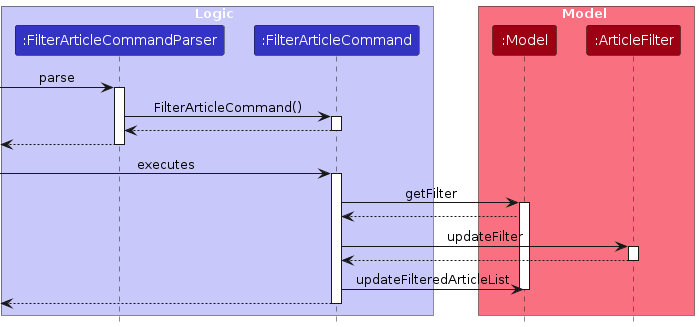
The PlantUML diagram diagrams/FilterSequenceDiagram.png in bennyLCK/tp, before a commit. Its source is kept beside it as diagrams/FilterSequenceDiagram.puml. The source it was exported from:
```plantuml
@startuml
!include style.puml
skinparam ArrowFontStyle plain

box Logic LOGIC_COLOR_T1
participant ":FilterArticleCommandParser" as FilterArticleCommandParser LOGIC_COLOR
participant ":FilterArticleCommand" as FilterArticleCommand LOGIC_COLOR
end box

box Model MODEL_COLOR_T1
participant ":Model" as Model MODEL_COLOR
participant ":ArticleFilter" as ArticleFilter MODEL_COLOR
end box

 [-> FilterArticleCommandParser : parse
 activate FilterArticleCommandParser

 FilterArticleCommandParser -> FilterArticleCommand : FilterArticleCommand()
 activate FilterArticleCommand

 FilterArticleCommand --> FilterArticleCommandParser
 deactivate FilterArticleCommand

 [<-- FilterArticleCommandParser
 deactivate FilterArticleCommandParser

 [-> FilterArticleCommand : executes
 activate FilterArticleCommand

 FilterArticleCommand -> Model : getFilter
 activate Model
 Model --> FilterArticleCommand
 FilterArticleCommand -> ArticleFilter: updateFilter
 activate ArticleFilter
 ArticleFilter --> FilterArticleCommand
 deactivate ArticleFilter
 FilterArticleCommand -> Model:updateFilteredArticleList
 deactivate Model
 [<-- FilterArticleCommand
 deactivate
@enduml
```
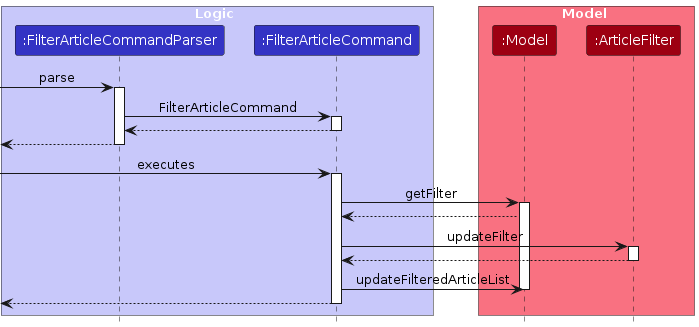
The same file after the commit.

What changed in the source:
```diff
@@ -15,7 +15,7 @@
  [-> FilterArticleCommandParser : parse
  activate FilterArticleCommandParser
 
- FilterArticleCommandParser -> FilterArticleCommand : FilterArticleCommand()
+ FilterArticleCommandParser -> FilterArticleCommand : FilterArticleCommand
  activate FilterArticleCommand
 
  FilterArticleCommand --> FilterArticleCommandParser
```
